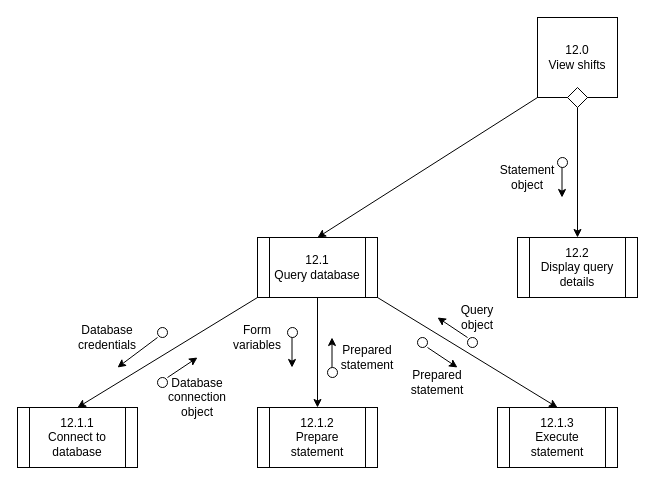
This is Diagrams/StructureCharts/Proc12Struct.drawio from Harlento/SchedulingSystem, a draw.io file, before an edit. Source tidied: cells renumbered, new cells numbered last; positions are measured from the earlier drawing's top-left corner, leaving out a move shared by most shapes. Both pictures are drawn from the tidied source at 100%, with x=0, y=0 at pixel (17, 17).
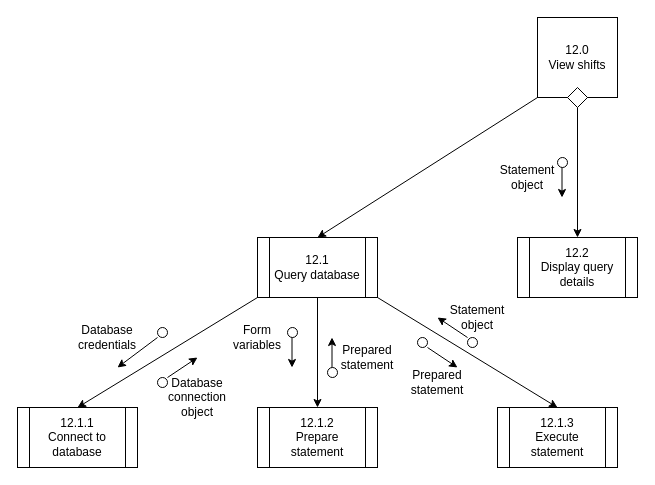
Above is the later version.

Change to the diagram source:
```diff
@@
-    <mxCell id="31" value="Query object" style="text;html=1;strokeColor=none;fillColor=none;align=center;verticalAlign=middle;whiteSpace=wrap;rounded=0;" parent="1" vertex="1">
+    <mxCell id="31" value="Statement object" style="text;html=1;strokeColor=none;fillColor=none;align=center;verticalAlign=middle;whiteSpace=wrap;rounded=0;" parent="1" vertex="1">
       <mxGeometry x="440" y="290" width="40" height="20" as="geometry" />
     </mxCell>
```
